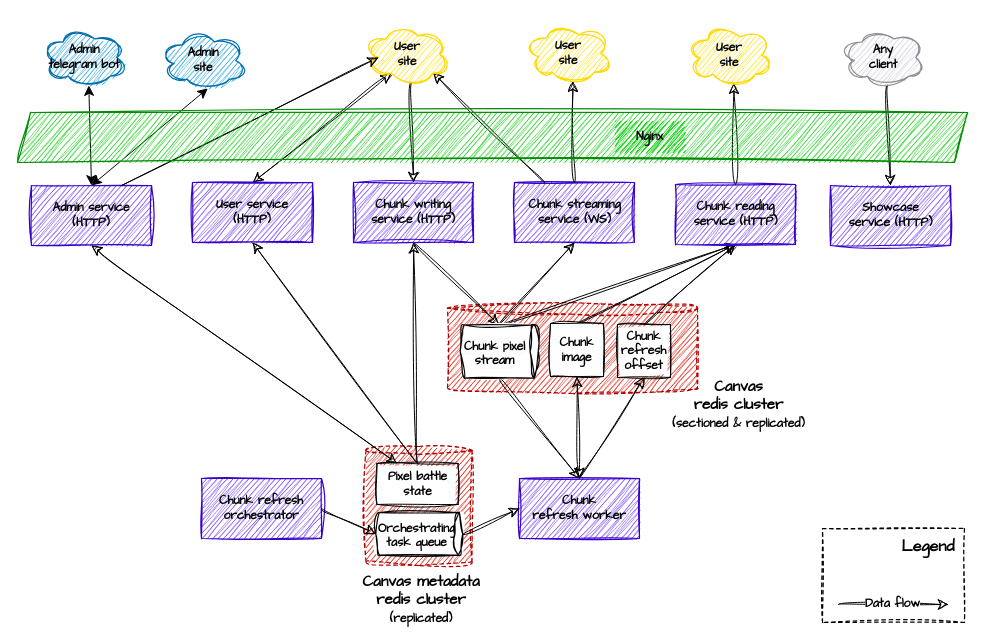
Earlier version of the draw.io diagram assets/system-design/raw.drawio (emptybutton/Pixel-battle-backend). Source tidied: cells renumbered, new cells numbered last; positions are measured from the earlier drawing's top-left corner, leaving out a move shared by most shapes. Both pictures are drawn from the tidied source at 100%, with x=0, y=0 at pixel (17, 22).
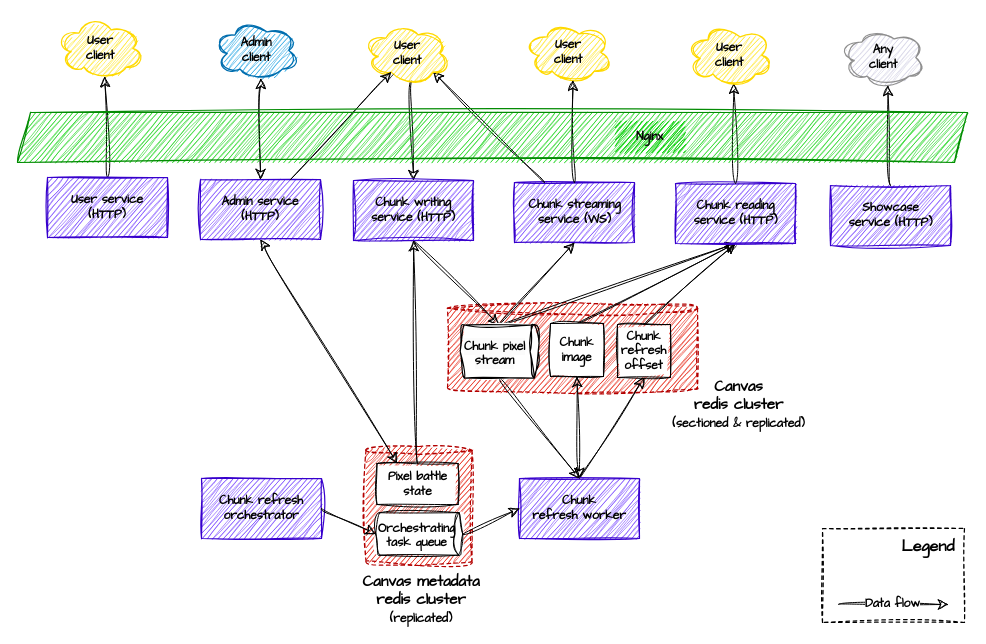
Above is the later version.

Unchanged cells that the change refers to:
```xml
<mxCell id="10" value="Chunk &lt;span style=&quot;background-color: transparent; color: light-dark(rgb(0, 0, 0), rgb(237, 237, 237));&quot;&gt;refresh&lt;/span&gt;&lt;span style=&quot;background-color: transparent; color: light-dark(rgb(0, 0, 0), rgb(237, 237, 237));&quot;&gt;&amp;nbsp;&lt;/span&gt;&lt;span style=&quot;background-color: initial; color: light-dark(rgb(0, 0, 0), rgb(237, 237, 237));&quot;&gt;worker&lt;/span&gt;" style="rounded=0;whiteSpace=wrap;html=1;sketch=1;hachureGap=4;jiggle=2;curveFitting=1;fontFamily=Architects Daughter;fillColor=#713DFF;strokeColor=#3700CC;align=center;verticalAlign=middle;fontSize=12;fontColor=#000000;fontStyle=1;strokeWidth=1.2;" parent="1" vertex="1">
  <mxGeometry x="502" y="456" width="120" height="60" as="geometry" />
</mxCell>
<mxCell id="44" value="Pixel battle state" style="rounded=0;whiteSpace=wrap;html=1;sketch=1;hachureGap=4;jiggle=2;curveFitting=1;strokeColor=default;align=center;verticalAlign=middle;fontFamily=Architects Daughter;fontSize=12;fontColor=default;fontStyle=1;fillColor=default;" parent="1" vertex="1">
  <mxGeometry x="359.5" y="441" width="81" height="41" as="geometry" />
</mxCell>
<mxCell id="49" value="&lt;div&gt;&lt;span style=&quot;background-color: initial;&quot;&gt;Showcase&lt;/span&gt;&lt;/div&gt;&lt;div&gt;&lt;span style=&quot;background-color: initial;&quot;&gt;service (HTTP)&lt;/span&gt;&lt;/div&gt;" style="rounded=0;html=1;sketch=1;hachureGap=4;jiggle=2;curveFitting=1;fontFamily=Architects Daughter;fontSize=12;strokeColor=#3700CC;align=center;verticalAlign=middle;fontColor=#000000;fillColor=#713DFF;fontStyle=1;strokeWidth=1.2;" parent="1" vertex="1">
  <mxGeometry x="813" y="163" width="120" height="60" as="geometry" />
</mxCell>
<mxCell id="51" value="&lt;div&gt;Any&lt;/div&gt;&lt;div&gt;client&lt;/div&gt;" style="ellipse;shape=cloud;whiteSpace=wrap;html=1;sketch=1;hachureGap=4;jiggle=2;curveFitting=1;fontFamily=Architects Daughter;fontStyle=1;fillColor=#d0cee2;strokeColor=#8F8F8F;strokeWidth=1.2;" parent="1" vertex="1">
  <mxGeometry x="823" y="4" width="86" height="62" as="geometry" />
</mxCell>
```

Change to the diagram source:
```diff
@@
-    <mxCell id="11" style="edgeStyle=none;curved=1;rounded=0;jettySize=auto;html=1;exitX=0.31;exitY=0.8;exitDx=0;exitDy=0;exitPerimeter=0;entryX=0.5;entryY=0;entryDx=0;entryDy=0;fontSize=12;startSize=8;endSize=8;startArrow=classic;startFill=1;sketch=1;hachureGap=4;jiggle=2;curveFitting=1;strokeColor=default;align=center;verticalAlign=middle;fontFamily=Architects Daughter;fontColor=default;labelBackgroundColor=default;endArrow=classic;" parent="1" edge="1" source="12" target="52">
+    <mxCell id="11" style="edgeStyle=none;curved=1;rounded=0;jettySize=auto;html=1;entryX=0.55;entryY=0.95;entryDx=0;entryDy=0;fontSize=12;startSize=8;endSize=8;startArrow=none;startFill=0;sketch=1;hachureGap=4;jiggle=2;curveFitting=1;strokeColor=default;align=center;verticalAlign=middle;fontFamily=Architects Daughter;fontColor=default;labelBackgroundColor=default;endArrow=classic;entryPerimeter=0;exitX=0.5;exitY=0;exitDx=0;exitDy=0;" parent="1" edge="1" source="52" target="56">
       <mxGeometry relative="1" as="geometry" />
     </mxCell>
-    <mxCell id="12" value="&lt;div&gt;User&lt;/div&gt;&lt;div&gt;site&lt;/div&gt;" style="ellipse;shape=cloud;whiteSpace=wrap;html=1;sketch=1;hachureGap=4;jiggle=2;curveFitting=1;fontFamily=Architects Daughter;fontStyle=1;fillColor=#ffe41a;strokeColor=#ffd900;fontColor=#000000;gradientColor=none;strokeWidth=1.2;" parent="1" vertex="1">
-      <mxGeometry x="347" y="1" width="86" height="62" as="geometry" />
+    <mxCell id="12" value="&lt;div&gt;User&lt;/div&gt;&lt;div&gt;client&lt;/div&gt;" style="ellipse;shape=cloud;whiteSpace=wrap;html=1;sketch=1;hachureGap=4;jiggle=2;curveFitting=1;fontFamily=Architects Daughter;fontStyle=1;fillColor=#ffe41a;strokeColor=#ffd900;fontColor=#000000;gradientColor=none;strokeWidth=1.2;" parent="1" vertex="1">
+      <mxGeometry x="347" width="86" height="62" as="geometry" />
     </mxCell>
     <mxCell id="13" value="&lt;span style=&quot;text-wrap-mode: nowrap;&quot;&gt;Chunk&amp;nbsp;&lt;/span&gt;&lt;span style=&quot;background-color: initial; text-wrap-mode: nowrap;&quot;&gt;writing&lt;/span&gt;&lt;div&gt;&lt;span style=&quot;background-color: initial; text-wrap-mode: nowrap;&quot;&gt;service (HTTP)&lt;/span&gt;&lt;/div&gt;" style="rounded=0;html=1;sketch=1;hachureGap=4;jiggle=2;curveFitting=1;fontFamily=Architects Daughter;whiteSpace=wrap;fontSize=12;strokeColor=#3700CC;align=center;verticalAlign=middle;fontColor=#000000;fillColor=#713DFF;fontStyle=1;strokeWidth=1.2;" parent="1" vertex="1">
-      <mxGeometry x="336" y="160" width="120" height="60" as="geometry" />
+      <mxGeometry x="336" y="158" width="120" height="60" as="geometry" />
     </mxCell>
-    <mxCell id="14" value="&lt;div&gt;User&lt;/div&gt;&lt;div&gt;site&lt;/div&gt;" style="ellipse;shape=cloud;whiteSpace=wrap;html=1;sketch=1;hachureGap=4;jiggle=2;curveFitting=1;fontFamily=Architects Daughter;fontStyle=1;fillColor=#ffe41a;strokeColor=#ffd900;fontColor=#000000;gradientColor=none;strokeWidth=1.2;" parent="1" vertex="1">
-      <mxGeometry x="508" width="86" height="62" as="geometry" />
+    <mxCell id="14" value="&lt;div&gt;User&lt;/div&gt;&lt;div&gt;client&lt;/div&gt;" style="ellipse;shape=cloud;whiteSpace=wrap;html=1;sketch=1;hachureGap=4;jiggle=2;curveFitting=1;fontFamily=Architects Daughter;fontStyle=1;fillColor=#ffe41a;strokeColor=#ffd900;fontColor=#000000;gradientColor=none;strokeWidth=1.2;" parent="1" vertex="1">
+      <mxGeometry x="508" y="-1" width="86" height="62" as="geometry" />
     </mxCell>
@@
-    <mxCell id="21" style="edgeStyle=none;curved=1;rounded=0;sketch=1;hachureGap=4;jiggle=2;curveFitting=1;jettySize=auto;html=1;exitX=1;exitY=0.5;exitDx=0;exitDy=0;exitPerimeter=0;entryX=0.5;entryY=0;entryDx=0;entryDy=0;fontFamily=Architects Daughter;fontSize=12;startSize=8;endSize=8;" parent="1" edge="1" source="23" target="10">
-      <mxGeometry relative="1" as="geometry" />
-    </mxCell>
@@
-    <mxCell id="23" style="shape=cylinder3;whiteSpace=wrap;html=1;boundedLbl=1;backgroundOutline=1;size=4.048703703703723;sketch=1;hachureGap=4;jiggle=2;curveFitting=1;fontFamily=Architects Daughter;fontStyle=1;rotation=90;labelPosition=center;verticalLabelPosition=middle;align=center;verticalAlign=middle;strokeWidth=1.2;strokeColor=default;textDirection=ltr;" parent="1" vertex="1">
-      <mxGeometry x="455.2" y="290" width="53" height="78" as="geometry" />
-    </mxCell>
-    <mxCell id="24" value="&lt;span style=&quot;color: rgb(0, 0, 0); font-family: &amp;quot;Architects Daughter&amp;quot;; font-style: normal; font-variant-ligatures: normal; font-variant-caps: normal; font-weight: 700; letter-spacing: normal; text-indent: 0px; text-transform: none; word-spacing: 0px; -webkit-text-stroke-width: 0px; white-space: normal; background-color: rgb(251, 251, 251); text-decoration-thickness: initial; text-decoration-style: initial; text-decoration-color: initial; float: none; display: inline !important;&quot;&gt;Chunk pixel&lt;/span&gt;&lt;div&gt;&lt;span style=&quot;color: rgb(0, 0, 0); font-family: &amp;quot;Architects Daughter&amp;quot;; font-style: normal; font-variant-ligatures: normal; font-variant-caps: normal; font-weight: 700; letter-spacing: normal; text-indent: 0px; text-transform: none; word-spacing: 0px; -webkit-text-stroke-width: 0px; white-space: normal; background-color: rgb(251, 251, 251); text-decoration-thickness: initial; text-decoration-style: initial; text-decoration-color: initial; float: none; display: inline !important;&quot;&gt;stream&lt;/span&gt;&lt;/div&gt;" style="text;whiteSpace=wrap;html=1;fontFamily=Architects Daughter;align=center;fontSize=12;" parent="1" vertex="1">
-      <mxGeometry x="441.7" y="310.6" width="71.3" height="28" as="geometry" />
-    </mxCell>
@@
     <mxCell id="30" value="Chunk &lt;span style=&quot;background-color: initial;&quot;&gt;reading&lt;/span&gt;&lt;div&gt;&lt;span style=&quot;background-color: initial;&quot;&gt;service (HTTP)&lt;/span&gt;&lt;/div&gt;" style="rounded=0;html=1;sketch=1;hachureGap=4;jiggle=2;curveFitting=1;fontFamily=Architects Daughter;fontSize=12;strokeColor=#3700CC;align=center;verticalAlign=middle;fontColor=#000000;fillColor=#713DFF;fontStyle=1;strokeWidth=1.2;" parent="1" vertex="1">
-      <mxGeometry x="658" y="162" width="120" height="60" as="geometry" />
+      <mxGeometry x="658" y="161" width="120" height="60" as="geometry" />
     </mxCell>
@@
-    <mxCell id="32" value="&lt;div&gt;User&lt;/div&gt;&lt;div&gt;site&lt;/div&gt;" style="ellipse;shape=cloud;whiteSpace=wrap;html=1;sketch=1;hachureGap=4;jiggle=2;curveFitting=1;fontFamily=Architects Daughter;fontStyle=1;fillColor=#ffe41a;strokeColor=#ffd900;fontColor=#000000;gradientColor=none;strokeWidth=1.2;" parent="1" vertex="1">
+    <mxCell id="32" value="&lt;div&gt;User&lt;/div&gt;&lt;div&gt;client&lt;/div&gt;" style="ellipse;shape=cloud;whiteSpace=wrap;html=1;sketch=1;hachureGap=4;jiggle=2;curveFitting=1;fontFamily=Architects Daughter;fontStyle=1;fillColor=#ffe41a;strokeColor=#ffd900;fontColor=#000000;gradientColor=none;strokeWidth=1.2;" parent="1" vertex="1">
       <mxGeometry x="669" y="2" width="86" height="62" as="geometry" />
     </mxCell>
@@
-    <mxCell id="34" style="shape=cylinder3;whiteSpace=wrap;html=1;boundedLbl=1;backgroundOutline=1;size=4.048703703703723;sketch=1;hachureGap=4;jiggle=2;curveFitting=1;fontFamily=Architects Daughter;fontStyle=1;rotation=90;labelPosition=center;verticalLabelPosition=middle;align=center;verticalAlign=middle;strokeWidth=1.2;strokeColor=default;textDirection=ltr;" parent="1" vertex="1">
+    <mxCell id="34" style="shape=cylinder3;whiteSpace=wrap;html=1;boundedLbl=1;backgroundOutline=1;size=4.048703703703723;sketch=1;hachureGap=4;jiggle=2;curveFitting=1;fontFamily=Architects Daughter;fontStyle=1;rotation=90;labelPosition=center;verticalLabelPosition=middle;align=center;verticalAlign=middle;strokeWidth=1;strokeColor=default;textDirection=ltr;" parent="1" vertex="1">
       <mxGeometry x="380.5" y="468" width="42.5" height="86.9" as="geometry" />
     </mxCell>
@@
     <mxCell id="41" value="&lt;div&gt;&lt;span style=&quot;text-wrap-mode: nowrap;&quot;&gt;Admin &lt;/span&gt;&lt;span style=&quot;background-color: initial; white-space: nowrap;&quot;&gt;service&lt;/span&gt;&lt;/div&gt;&lt;div&gt;&lt;span style=&quot;background-color: initial; white-space: nowrap;&quot;&gt;(HTTP)&lt;/span&gt;&lt;/div&gt;" style="rounded=0;html=1;sketch=1;hachureGap=4;jiggle=2;curveFitting=1;fontFamily=Architects Daughter;whiteSpace=wrap;fontSize=12;strokeColor=#3700CC;align=center;verticalAlign=middle;fontColor=#000000;fillColor=#713DFF;fontStyle=1;strokeWidth=1.2;" parent="1" vertex="1">
-      <mxGeometry x="14" y="163" width="120" height="60" as="geometry" />
+      <mxGeometry x="183" y="157" width="120" height="60" as="geometry" />
     </mxCell>
-    <mxCell id="42" style="edgeStyle=none;curved=1;rounded=0;jettySize=auto;html=1;exitX=0.5;exitY=0;exitDx=0;exitDy=0;entryX=0.5;entryY=1;entryDx=0;entryDy=0;fontSize=12;startSize=8;endSize=8;sketch=1;hachureGap=4;jiggle=2;curveFitting=1;strokeColor=default;align=center;verticalAlign=middle;fontFamily=Architects Daughter;fontColor=default;fontStyle=1;labelBackgroundColor=default;startArrow=none;startFill=0;endArrow=classic;" parent="1" edge="1" source="44" target="52">
-      <mxGeometry relative="1" as="geometry" />
-    </mxCell>
@@
-    <mxCell id="45" style="edgeStyle=none;curved=1;rounded=0;jettySize=auto;html=1;exitX=0.55;exitY=0.95;exitDx=0;exitDy=0;exitPerimeter=0;entryX=0.5;entryY=0;entryDx=0;entryDy=0;fontSize=12;startSize=8;endSize=8;startArrow=classic;startFill=1;" parent="1" edge="1" source="46" target="41">
-      <mxGeometry relative="1" as="geometry" />
-    </mxCell>
-    <mxCell id="46" value="&lt;div&gt;Admin&lt;/div&gt;&lt;div&gt;site&lt;/div&gt;" style="ellipse;shape=cloud;whiteSpace=wrap;html=1;sketch=1;hachureGap=4;jiggle=2;curveFitting=1;fontFamily=Architects Daughter;fontStyle=1;fillColor=#1ba1e2;strokeColor=#006EAF;strokeWidth=1.2;fontColor=light-dark(#000000, #121212);" parent="1" vertex="1">
-      <mxGeometry x="143" y="7" width="86" height="62" as="geometry" />
-    </mxCell>
-    <mxCell id="47" style="edgeStyle=none;curved=1;rounded=0;jettySize=auto;html=1;exitX=0.55;exitY=0.95;exitDx=0;exitDy=0;exitPerimeter=0;entryX=0.5;entryY=0;entryDx=0;entryDy=0;fontSize=12;startSize=8;endSize=8;startArrow=classic;startFill=1;" parent="1" edge="1" source="48" target="41">
+    <mxCell id="47" style="edgeStyle=none;curved=1;rounded=0;jettySize=auto;html=1;exitX=0.55;exitY=0.95;exitDx=0;exitDy=0;exitPerimeter=0;entryX=0.5;entryY=0;entryDx=0;entryDy=0;fontSize=12;startSize=8;endSize=8;startArrow=classic;startFill=1;sketch=1;hachureGap=4;jiggle=2;curveFitting=1;strokeColor=default;align=center;verticalAlign=middle;fontFamily=Architects Daughter;fontColor=default;labelBackgroundColor=default;endArrow=classic;" parent="1" edge="1" source="48" target="41">
       <mxGeometry relative="1" as="geometry" />
     </mxCell>
-    <mxCell id="48" value="&lt;div&gt;Admin&lt;/div&gt;&lt;div&gt;telegram bot&lt;/div&gt;" style="ellipse;shape=cloud;whiteSpace=wrap;html=1;sketch=1;hachureGap=4;jiggle=2;curveFitting=1;fontFamily=Architects Daughter;fontStyle=1;fillColor=#1ba1e2;strokeColor=#006EAF;strokeWidth=1.2;fontColor=light-dark(#000000, #121212);" parent="1" vertex="1">
-      <mxGeometry x="24" y="4" width="86" height="62" as="geometry" />
+    <mxCell id="48" value="&lt;div&gt;Admin&lt;/div&gt;&lt;div&gt;client&lt;/div&gt;" style="ellipse;shape=cloud;whiteSpace=wrap;html=1;sketch=1;hachureGap=4;jiggle=2;curveFitting=1;fontFamily=Architects Daughter;fontStyle=1;fillColor=#1ba1e2;strokeColor=#006EAF;strokeWidth=1.2;fontColor=light-dark(#000000, #121212);" parent="1" vertex="1">
+      <mxGeometry x="196" y="-3" width="86" height="62" as="geometry" />
     </mxCell>
@@
-    <mxCell id="50" style="edgeStyle=none;curved=1;rounded=0;jettySize=auto;html=1;exitX=0.55;exitY=0.95;exitDx=0;exitDy=0;exitPerimeter=0;entryX=0.5;entryY=0;entryDx=0;entryDy=0;fontSize=12;startSize=8;endSize=8;sketch=1;hachureGap=4;jiggle=2;curveFitting=1;strokeColor=default;align=center;verticalAlign=middle;fontFamily=Architects Daughter;fontColor=default;labelBackgroundColor=default;endArrow=classic;" parent="1" edge="1" source="51" target="49">
+    <mxCell id="50" style="edgeStyle=none;curved=1;rounded=0;jettySize=auto;html=1;entryX=0.55;entryY=0.95;entryDx=0;entryDy=0;fontSize=12;startSize=8;endSize=8;sketch=1;hachureGap=4;jiggle=2;curveFitting=1;strokeColor=default;align=center;verticalAlign=middle;fontFamily=Architects Daughter;fontColor=default;labelBackgroundColor=default;endArrow=classic;startArrow=none;startFill=0;endFill=1;entryPerimeter=0;exitX=0.5;exitY=0;exitDx=0;exitDy=0;" parent="1" edge="1" source="49" target="51">
       <mxGeometry relative="1" as="geometry" />
     </mxCell>
@@
     <mxCell id="52" value="&lt;div&gt;&lt;span style=&quot;text-wrap-mode: nowrap;&quot;&gt;User &lt;/span&gt;&lt;span style=&quot;background-color: initial; white-space: nowrap;&quot;&gt;service&lt;/span&gt;&lt;/div&gt;&lt;div&gt;&lt;span style=&quot;background-color: initial; white-space: nowrap;&quot;&gt;(HTTP)&lt;/span&gt;&lt;/div&gt;" style="rounded=0;html=1;sketch=1;hachureGap=4;jiggle=2;curveFitting=1;fontFamily=Architects Daughter;whiteSpace=wrap;fontSize=12;strokeColor=#3700CC;align=center;verticalAlign=middle;fontColor=#000000;fillColor=#713DFF;fontStyle=1;strokeWidth=1.2;" parent="1" vertex="1">
-      <mxGeometry x="175" y="160" width="120" height="60" as="geometry" />
+      <mxGeometry x="30" y="155" width="120" height="60" as="geometry" />
     </mxCell>
-    <mxCell id="53" style="edgeStyle=none;curved=1;rounded=0;jettySize=auto;html=1;exitX=0.16;exitY=0.55;exitDx=0;exitDy=0;exitPerimeter=0;entryX=0.75;entryY=0;entryDx=0;entryDy=0;fontSize=12;startSize=8;endSize=8;sketch=1;hachureGap=4;jiggle=2;curveFitting=1;strokeColor=default;align=center;verticalAlign=middle;fontFamily=Architects Daughter;fontColor=default;labelBackgroundColor=default;endArrow=none;startArrow=classic;startFill=1;" parent="1" edge="1" source="12" target="41">
+    <mxCell id="53" style="edgeStyle=none;curved=1;rounded=0;jettySize=auto;html=1;exitX=0.31;exitY=0.8;exitDx=0;exitDy=0;exitPerimeter=0;entryX=0.75;entryY=0;entryDx=0;entryDy=0;fontSize=12;startSize=8;endSize=8;sketch=1;hachureGap=4;jiggle=2;curveFitting=1;strokeColor=default;align=center;verticalAlign=middle;fontFamily=Architects Daughter;fontColor=default;labelBackgroundColor=default;endArrow=none;startArrow=classic;startFill=1;" parent="1" edge="1" source="12" target="41">
       <mxGeometry relative="1" as="geometry" />
     </mxCell>
@@
+    <mxCell id="21" style="edgeStyle=none;curved=1;rounded=0;sketch=1;hachureGap=4;jiggle=2;curveFitting=1;jettySize=auto;html=1;exitX=1;exitY=0.5;exitDx=0;exitDy=0;exitPerimeter=0;entryX=0.5;entryY=0;entryDx=0;entryDy=0;fontFamily=Architects Daughter;fontSize=12;startSize=8;endSize=8;" parent="1" edge="1" source="23" target="10">
+      <mxGeometry relative="1" as="geometry" />
+    </mxCell>
+    <mxCell id="23" style="shape=cylinder3;whiteSpace=wrap;html=1;boundedLbl=1;backgroundOutline=1;size=4.048703703703723;sketch=1;hachureGap=4;jiggle=2;curveFitting=1;fontFamily=Architects Daughter;fontStyle=1;rotation=90;labelPosition=center;verticalLabelPosition=middle;align=center;verticalAlign=middle;strokeWidth=1.2;strokeColor=default;textDirection=ltr;" parent="1" vertex="1">
+      <mxGeometry x="455.2" y="290" width="53" height="78" as="geometry" />
+    </mxCell>
+    <mxCell id="24" value="&lt;span style=&quot;color: rgb(0, 0, 0); font-family: &amp;quot;Architects Daughter&amp;quot;; font-style: normal; font-variant-ligatures: normal; font-variant-caps: normal; letter-spacing: normal; text-indent: 0px; text-transform: none; word-spacing: 0px; -webkit-text-stroke-width: 0px; white-space: normal; background-color: rgb(251, 251, 251); text-decoration-thickness: initial; text-decoration-style: initial; text-decoration-color: initial; float: none; display: inline !important;&quot;&gt;Chunk pixel&lt;/span&gt;&lt;div&gt;&lt;span style=&quot;color: rgb(0, 0, 0); font-family: &amp;quot;Architects Daughter&amp;quot;; font-style: normal; font-variant-ligatures: normal; font-variant-caps: normal; letter-spacing: normal; text-indent: 0px; text-transform: none; word-spacing: 0px; -webkit-text-stroke-width: 0px; white-space: normal; background-color: rgb(251, 251, 251); text-decoration-thickness: initial; text-decoration-style: initial; text-decoration-color: initial; float: none; display: inline !important;&quot;&gt;stream&lt;/span&gt;&lt;/div&gt;" style="text;whiteSpace=wrap;html=1;fontFamily=Architects Daughter;align=center;fontSize=12;fontStyle=1;" parent="1" vertex="1">
+      <mxGeometry x="441.7" y="310.6" width="71.3" height="28" as="geometry" />
+    </mxCell>
+    <mxCell id="56" value="&lt;div&gt;User&lt;/div&gt;&lt;div&gt;client&lt;/div&gt;" style="ellipse;shape=cloud;whiteSpace=wrap;html=1;sketch=1;hachureGap=4;jiggle=2;curveFitting=1;fontFamily=Architects Daughter;fontStyle=1;fillColor=#ffe41a;strokeColor=#ffd900;fontColor=#000000;gradientColor=none;strokeWidth=1.2;" parent="1" vertex="1">
+      <mxGeometry x="40" y="-5" width="86" height="62" as="geometry" />
+    </mxCell>
```
